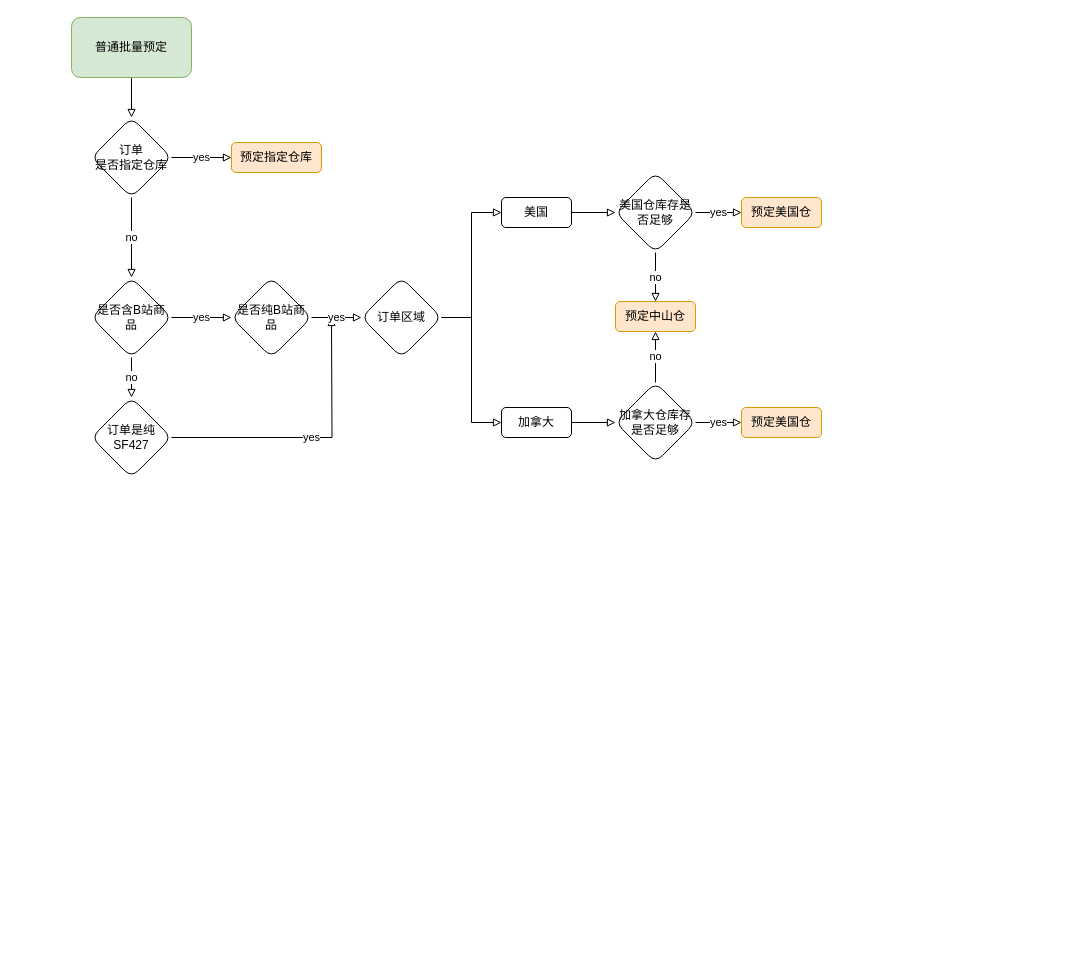
Earlier version of the draw.io diagram 预定.drawio (tghtgh123000/diagrams). Source tidied: cells renumbered, new cells numbered last; positions are measured from the earlier drawing's top-left corner, leaving out a move shared by most shapes. Both pictures are drawn from the tidied source at 100%, with x=0, y=0 at pixel (71, 17).
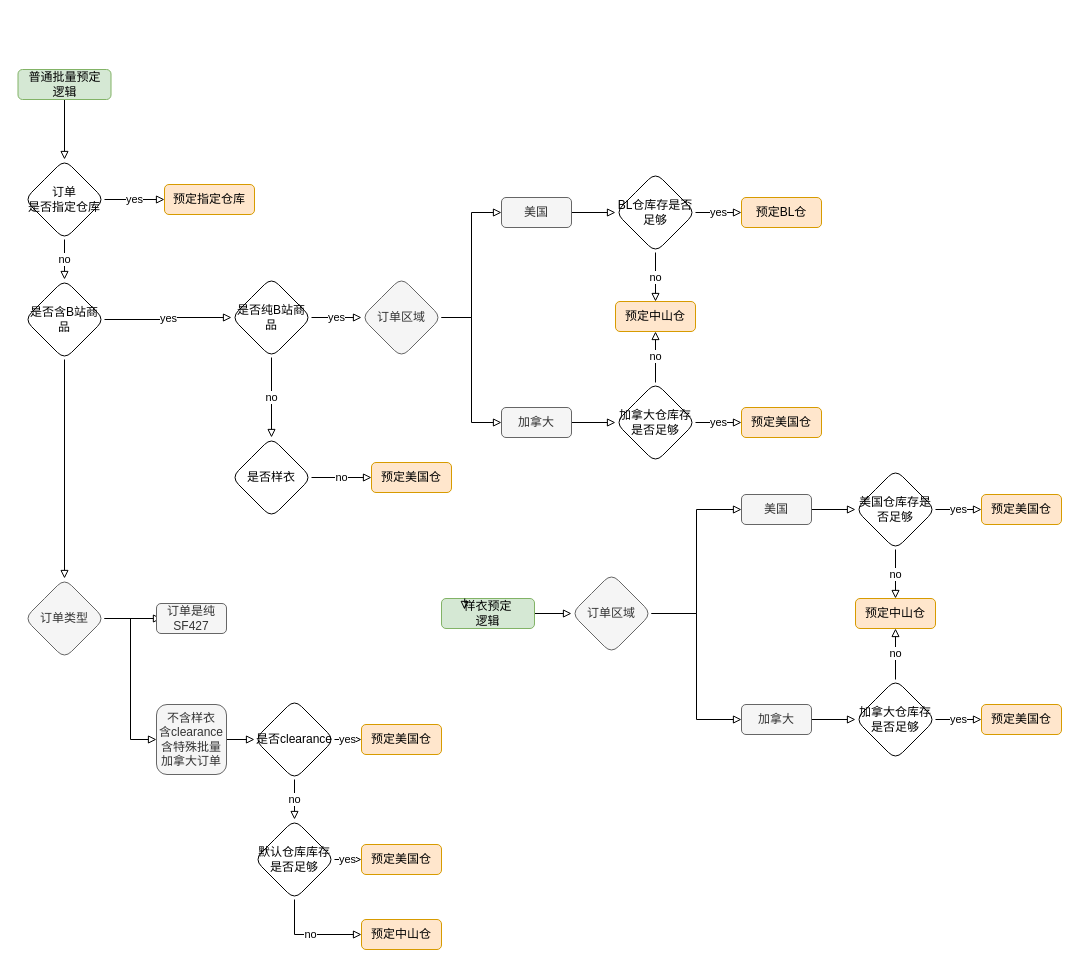
The same page after the edit.

The change refers to these unchanged cells:
```xml
<mxCell id="14" value="是否纯B站商品" style="rhombus;whiteSpace=wrap;html=1;rounded=1;" parent="1" vertex="1">
  <mxGeometry x="160" y="260" width="80" height="80" as="geometry" />
</mxCell>
```

Diff of the diagram source:
```diff
@@
-    <mxCell id="3" value="&lt;div&gt;普通批量预定&lt;/div&gt;" style="rounded=1;whiteSpace=wrap;html=1;fillColor=#d5e8d4;strokeColor=#82b366;" parent="1" vertex="1">
-      <mxGeometry width="120" height="60" as="geometry" />
+    <mxCell id="3" value="&lt;div&gt;普通批量预定&lt;/div&gt;逻辑" style="rounded=1;whiteSpace=wrap;html=1;fillColor=#d5e8d4;strokeColor=#82b366;" parent="1" vertex="1">
+      <mxGeometry x="-53.5" y="52" width="93" height="30" as="geometry" />
     </mxCell>
@@
     <mxCell id="6" value="订单&lt;div&gt;是否指定仓库&lt;/div&gt;" style="rhombus;whiteSpace=wrap;html=1;rounded=1;" parent="1" vertex="1">
-      <mxGeometry x="20" y="100" width="80" height="80" as="geometry" />
+      <mxGeometry x="-47" y="142" width="80" height="80" as="geometry" />
     </mxCell>
     <mxCell id="7" value="预定指定仓库" style="whiteSpace=wrap;html=1;rounded=1;fillColor=#ffe6cc;strokeColor=#d79b00;" parent="1" vertex="1">
-      <mxGeometry x="160" y="125" width="90" height="30" as="geometry" />
+      <mxGeometry x="93" y="167" width="90" height="30" as="geometry" />
     </mxCell>
-    <mxCell id="8" value="yes" style="edgeStyle=orthogonalEdgeStyle;rounded=0;jettySize=auto;html=1;endArrow=block;endFill=0;" parent="1" edge="1" source="10">
-      <mxGeometry relative="1" as="geometry">
-        <mxPoint x="160" y="300" as="targetPoint" />
-      </mxGeometry>
+    <mxCell id="8" value="yes" style="edgeStyle=orthogonalEdgeStyle;rounded=0;jettySize=auto;html=1;endArrow=block;endFill=0;entryX=0;entryY=0.5;entryDx=0;entryDy=0;" parent="1" edge="1" source="10" target="14">
+      <mxGeometry relative="1" as="geometry" />
     </mxCell>
-    <mxCell id="9" value="no" style="edgeStyle=orthogonalEdgeStyle;rounded=0;jettySize=auto;html=1;endArrow=block;endFill=0;" parent="1" edge="1" source="10" target="12">
-      <mxGeometry relative="1" as="geometry" />
-    </mxCell>
+    <mxCell id="31" style="edgeStyle=orthogonalEdgeStyle;rounded=0;jettySize=auto;html=1;endArrow=block;endFill=0;" parent="1" edge="1" source="10" target="54">
+      <mxGeometry relative="1" as="geometry" />
+    </mxCell>
     <mxCell id="10" value="是否含B站商品" style="rhombus;whiteSpace=wrap;html=1;rounded=1;" parent="1" vertex="1">
-      <mxGeometry x="20" y="260" width="80" height="80" as="geometry" />
+      <mxGeometry x="-47" y="262" width="80" height="80" as="geometry" />
     </mxCell>
-    <mxCell id="11" value="yes" style="edgeStyle=orthogonalEdgeStyle;rounded=0;jettySize=auto;html=1;endArrow=block;endFill=0;" parent="1" edge="1" source="12">
-      <mxGeometry relative="1" as="geometry">
-        <mxPoint x="260" y="300" as="targetPoint" />
-      </mxGeometry>
-    </mxCell>
-    <mxCell id="12" value="订单是纯&#10;SF427" style="rhombus;whiteSpace=wrap;rounded=1;" parent="1" vertex="1">
-      <mxGeometry x="20" y="380" width="80" height="80" as="geometry" />
-    </mxCell>
-    <mxCell id="13" value="yes" style="edgeStyle=orthogonalEdgeStyle;rounded=0;jettySize=auto;html=1;endArrow=block;endFill=0;" parent="1" edge="1" source="14" target="25">
+    <mxCell id="13" value="yes" style="edgeStyle=orthogonalEdgeStyle;rounded=0;jettySize=auto;html=1;endArrow=block;endFill=0;entryX=0;entryY=0.5;entryDx=0;entryDy=0;" parent="1" edge="1" source="14" target="25">
       <mxGeometry relative="1" as="geometry" />
     </mxCell>
+    <mxCell id="32" value="no" style="edgeStyle=orthogonalEdgeStyle;rounded=0;jettySize=auto;html=1;endArrow=block;endFill=0;" parent="1" edge="1" source="14" target="50">
+      <mxGeometry relative="1" as="geometry" />
+    </mxCell>
@@
-    <mxCell id="17" value="美国仓库存是否足够" style="rhombus;whiteSpace=wrap;html=1;rounded=1;" parent="1" vertex="1">
+    <mxCell id="17" value="BL仓库存是否足够" style="rhombus;whiteSpace=wrap;html=1;rounded=1;" parent="1" vertex="1">
       <mxGeometry x="544" y="155" width="80" height="80" as="geometry" />
     </mxCell>
-    <mxCell id="18" value="预定美国仓" style="whiteSpace=wrap;html=1;rounded=1;fillColor=#ffe6cc;strokeColor=#d79b00;" parent="1" vertex="1">
+    <mxCell id="18" value="预定BL仓" style="whiteSpace=wrap;html=1;rounded=1;fillColor=#ffe6cc;strokeColor=#d79b00;" parent="1" vertex="1">
       <mxGeometry x="670" y="180" width="80" height="30" as="geometry" />
     </mxCell>
@@
-    <mxCell id="25" value="订单区域" style="rhombus;whiteSpace=wrap;html=1;rounded=1;" parent="1" vertex="1">
+    <mxCell id="25" value="订单区域" style="rhombus;whiteSpace=wrap;html=1;rounded=1;fillColor=#f5f5f5;strokeColor=#666666;fontColor=#333333;" parent="1" vertex="1">
       <mxGeometry x="290" y="260" width="80" height="80" as="geometry" />
     </mxCell>
@@
-    <mxCell id="27" value="加拿大" style="rounded=1;whiteSpace=wrap;html=1;" parent="1" vertex="1">
+    <mxCell id="27" value="加拿大" style="rounded=1;whiteSpace=wrap;html=1;fillColor=#f5f5f5;strokeColor=#666666;fontColor=#333333;" parent="1" vertex="1">
       <mxGeometry x="430" y="390" width="70" height="30" as="geometry" />
     </mxCell>
@@
-    <mxCell id="29" value="美国" style="rounded=1;whiteSpace=wrap;html=1;" parent="1" vertex="1">
+    <mxCell id="29" value="美国" style="rounded=1;whiteSpace=wrap;html=1;fillColor=#f5f5f5;strokeColor=#666666;fontColor=#333333;" parent="1" vertex="1">
       <mxGeometry x="430" y="180" width="70" height="30" as="geometry" />
     </mxCell>
@@
+    <mxCell id="33" value="&lt;div&gt;no&lt;/div&gt;" style="edgeStyle=orthogonalEdgeStyle;rounded=0;jettySize=auto;html=1;endArrow=block;endFill=0;" parent="1" edge="1" source="35" target="40">
+      <mxGeometry relative="1" as="geometry" />
+    </mxCell>
+    <mxCell id="34" value="yes" style="edgeStyle=orthogonalEdgeStyle;rounded=0;jettySize=auto;html=1;endArrow=block;endFill=0;" parent="1" edge="1" source="35" target="36">
+      <mxGeometry relative="1" as="geometry" />
+    </mxCell>
+    <mxCell id="35" value="美国仓库存是否足够" style="rhombus;whiteSpace=wrap;html=1;rounded=1;" parent="1" vertex="1">
+      <mxGeometry x="784" y="452" width="80" height="80" as="geometry" />
+    </mxCell>
+    <mxCell id="36" value="预定美国仓" style="whiteSpace=wrap;html=1;rounded=1;fillColor=#ffe6cc;strokeColor=#d79b00;" parent="1" vertex="1">
+      <mxGeometry x="910" y="477" width="80" height="30" as="geometry" />
+    </mxCell>
+    <mxCell id="37" value="no" style="edgeStyle=orthogonalEdgeStyle;rounded=0;jettySize=auto;html=1;endArrow=block;endFill=0;" parent="1" edge="1" source="39" target="40">
+      <mxGeometry relative="1" as="geometry" />
+    </mxCell>
+    <mxCell id="38" value="yes" style="edgeStyle=orthogonalEdgeStyle;rounded=0;jettySize=auto;html=1;endArrow=block;endFill=0;" parent="1" edge="1" source="39" target="48">
+      <mxGeometry relative="1" as="geometry" />
+    </mxCell>
+    <mxCell id="39" value="加拿大仓库存是否足够" style="rhombus;whiteSpace=wrap;html=1;rounded=1;" parent="1" vertex="1">
+      <mxGeometry x="784" y="662" width="80" height="80" as="geometry" />
+    </mxCell>
+    <mxCell id="40" value="预定中山仓" style="whiteSpace=wrap;html=1;rounded=1;fillColor=#ffe6cc;strokeColor=#d79b00;" parent="1" vertex="1">
+      <mxGeometry x="784" y="581" width="80" height="30" as="geometry" />
+    </mxCell>
+    <mxCell id="41" style="edgeStyle=orthogonalEdgeStyle;rounded=0;jettySize=auto;html=1;entryX=0;entryY=0.5;entryDx=0;entryDy=0;endArrow=block;endFill=0;" parent="1" edge="1" source="43" target="45">
+      <mxGeometry relative="1" as="geometry" />
+    </mxCell>
+    <mxCell id="42" style="edgeStyle=orthogonalEdgeStyle;rounded=0;jettySize=auto;html=1;entryX=0;entryY=0.5;entryDx=0;entryDy=0;endArrow=block;endFill=0;" parent="1" edge="1" source="43" target="47">
+      <mxGeometry relative="1" as="geometry" />
+    </mxCell>
+    <mxCell id="43" value="订单区域" style="rhombus;whiteSpace=wrap;html=1;rounded=1;fillColor=#f5f5f5;strokeColor=#666666;fontColor=#333333;" parent="1" vertex="1">
+      <mxGeometry x="500" y="556" width="80" height="80" as="geometry" />
+    </mxCell>
+    <mxCell id="44" style="edgeStyle=orthogonalEdgeStyle;rounded=0;jettySize=auto;html=1;endArrow=block;endFill=0;" parent="1" edge="1" source="45" target="39">
+      <mxGeometry relative="1" as="geometry" />
+    </mxCell>
+    <mxCell id="45" value="加拿大" style="rounded=1;whiteSpace=wrap;html=1;fillColor=#f5f5f5;strokeColor=#666666;fontColor=#333333;" parent="1" vertex="1">
+      <mxGeometry x="670" y="687" width="70" height="30" as="geometry" />
+    </mxCell>
+    <mxCell id="46" style="edgeStyle=orthogonalEdgeStyle;rounded=0;jettySize=auto;html=1;endArrow=block;endFill=0;" parent="1" edge="1" source="47" target="35">
+      <mxGeometry relative="1" as="geometry" />
+    </mxCell>
+    <mxCell id="47" value="美国" style="rounded=1;whiteSpace=wrap;html=1;fillColor=#f5f5f5;strokeColor=#666666;fontColor=#333333;" parent="1" vertex="1">
+      <mxGeometry x="670" y="477" width="70" height="30" as="geometry" />
+    </mxCell>
+    <mxCell id="48" value="预定美国仓" style="whiteSpace=wrap;html=1;rounded=1;fillColor=#ffe6cc;strokeColor=#d79b00;" parent="1" vertex="1">
+      <mxGeometry x="910" y="687" width="80" height="30" as="geometry" />
+    </mxCell>
+    <mxCell id="49" value="no" style="edgeStyle=orthogonalEdgeStyle;rounded=0;jettySize=auto;html=1;endArrow=block;endFill=0;" parent="1" edge="1" source="50">
+      <mxGeometry relative="1" as="geometry">
+        <mxPoint x="300" y="460" as="targetPoint" />
+      </mxGeometry>
+    </mxCell>
+    <mxCell id="50" value="是否样衣" style="rhombus;whiteSpace=wrap;html=1;rounded=1;" parent="1" vertex="1">
+      <mxGeometry x="160" y="420" width="80" height="80" as="geometry" />
+    </mxCell>
+    <mxCell id="51" value="预定美国仓" style="whiteSpace=wrap;html=1;rounded=1;fillColor=#ffe6cc;strokeColor=#d79b00;" parent="1" vertex="1">
+      <mxGeometry x="300" y="445" width="80" height="30" as="geometry" />
+    </mxCell>
+    <mxCell id="52" style="edgeStyle=orthogonalEdgeStyle;rounded=0;jettySize=auto;html=1;endArrow=block;endFill=0;entryX=0.071;entryY=0.5;entryDx=0;entryDy=0;entryPerimeter=0;" parent="1" edge="1" source="54" target="12">
+      <mxGeometry relative="1" as="geometry" />
+    </mxCell>
+    <mxCell id="53" style="edgeStyle=orthogonalEdgeStyle;rounded=0;jettySize=auto;html=1;entryX=0;entryY=0.5;entryDx=0;entryDy=0;endArrow=block;endFill=0;" parent="1" edge="1" source="54" target="59">
+      <mxGeometry relative="1" as="geometry" />
+    </mxCell>
+    <mxCell id="54" value="订单类型" style="rhombus;whiteSpace=wrap;html=1;rounded=1;fillColor=#f5f5f5;strokeColor=#666666;fontColor=#333333;" parent="1" vertex="1">
+      <mxGeometry x="-47" y="561" width="80" height="80" as="geometry" />
+    </mxCell>
+    <mxCell id="55" style="edgeStyle=orthogonalEdgeStyle;rounded=0;jettySize=auto;html=1;endArrow=block;endFill=0;exitX=1;exitY=0.5;exitDx=0;exitDy=0;" parent="1" edge="1" source="59" target="58">
+      <mxGeometry relative="1" as="geometry" />
+    </mxCell>
+    <mxCell id="56" value="yes" style="edgeStyle=orthogonalEdgeStyle;rounded=0;jettySize=auto;html=1;endArrow=block;endFill=0;" parent="1" edge="1" source="58" target="60">
+      <mxGeometry relative="1" as="geometry" />
+    </mxCell>
+    <mxCell id="57" value="no" style="edgeStyle=orthogonalEdgeStyle;rounded=0;jettySize=auto;html=1;endArrow=block;endFill=0;" parent="1" edge="1" source="58" target="63">
+      <mxGeometry relative="1" as="geometry" />
+    </mxCell>
+    <mxCell id="58" value="是否clearance" style="rhombus;whiteSpace=wrap;rounded=1;" parent="1" vertex="1">
+      <mxGeometry x="183" y="682" width="80" height="80" as="geometry" />
+    </mxCell>
+    <mxCell id="12" value="订单是纯&lt;br&gt;SF427" style="rounded=1;whiteSpace=wrap;html=1;fillColor=#f5f5f5;strokeColor=#666666;fontColor=#333333;" parent="1" vertex="1">
+      <mxGeometry x="85" y="586" width="70" height="30" as="geometry" />
+    </mxCell>
+    <mxCell id="59" value="不含样衣&lt;br&gt;含clearance&lt;br&gt;含特殊批量&lt;br&gt;加拿大订单" style="rounded=1;whiteSpace=wrap;html=1;fillColor=#f5f5f5;strokeColor=#666666;fontColor=#333333;" parent="1" vertex="1">
+      <mxGeometry x="85" y="687" width="70" height="70" as="geometry" />
+    </mxCell>
+    <mxCell id="60" value="预定美国仓" style="whiteSpace=wrap;html=1;rounded=1;fillColor=#ffe6cc;strokeColor=#d79b00;" parent="1" vertex="1">
+      <mxGeometry x="290" y="707" width="80" height="30" as="geometry" />
+    </mxCell>
+    <mxCell id="61" value="yes" style="edgeStyle=orthogonalEdgeStyle;rounded=0;jettySize=auto;html=1;endArrow=block;endFill=0;" parent="1" edge="1" source="63" target="64">
+      <mxGeometry relative="1" as="geometry" />
+    </mxCell>
+    <mxCell id="62" value="no" style="edgeStyle=orthogonalEdgeStyle;rounded=0;jettySize=auto;html=1;entryX=0;entryY=0.5;entryDx=0;entryDy=0;endArrow=block;endFill=0;" parent="1" edge="1" source="63" target="65">
+      <mxGeometry relative="1" as="geometry">
+        <Array as="points">
+          <mxPoint x="223" y="917" />
+        </Array>
+      </mxGeometry>
+    </mxCell>
+    <mxCell id="63" value="默认仓库库存是否足够" style="rhombus;whiteSpace=wrap;rounded=1;" parent="1" vertex="1">
+      <mxGeometry x="183" y="802" width="80" height="80" as="geometry" />
+    </mxCell>
+    <mxCell id="64" value="预定美国仓" style="whiteSpace=wrap;html=1;rounded=1;fillColor=#ffe6cc;strokeColor=#d79b00;" parent="1" vertex="1">
+      <mxGeometry x="290" y="827" width="80" height="30" as="geometry" />
+    </mxCell>
+    <mxCell id="65" value="预定中山仓" style="whiteSpace=wrap;html=1;rounded=1;fillColor=#ffe6cc;strokeColor=#d79b00;" parent="1" vertex="1">
+      <mxGeometry x="290" y="902" width="80" height="30" as="geometry" />
+    </mxCell>
+    <mxCell id="66" style="edgeStyle=orthogonalEdgeStyle;rounded=0;jettySize=auto;html=1;endArrow=block;endFill=0;" parent="1" edge="1" source="67" target="43">
+      <mxGeometry relative="1" as="geometry" />
+    </mxCell>
+    <mxCell id="67" value="&lt;div&gt;样衣预定&lt;/div&gt;逻辑" style="rounded=1;whiteSpace=wrap;html=1;fillColor=#d5e8d4;strokeColor=#82b366;" parent="1" vertex="1">
+      <mxGeometry x="370" y="581" width="93" height="30" as="geometry" />
+    </mxCell>
+    <mxCell id="68" style="edgeStyle=orthogonalEdgeStyle;rounded=0;orthogonalLoop=1;jettySize=auto;html=1;exitX=0.25;exitY=0;exitDx=0;exitDy=0;entryX=0.247;entryY=0.367;entryDx=0;entryDy=0;entryPerimeter=0;endArrow=block;endFill=0;" parent="1" edge="1" source="67" target="67">
+      <mxGeometry relative="1" as="geometry" />
+    </mxCell>
```
